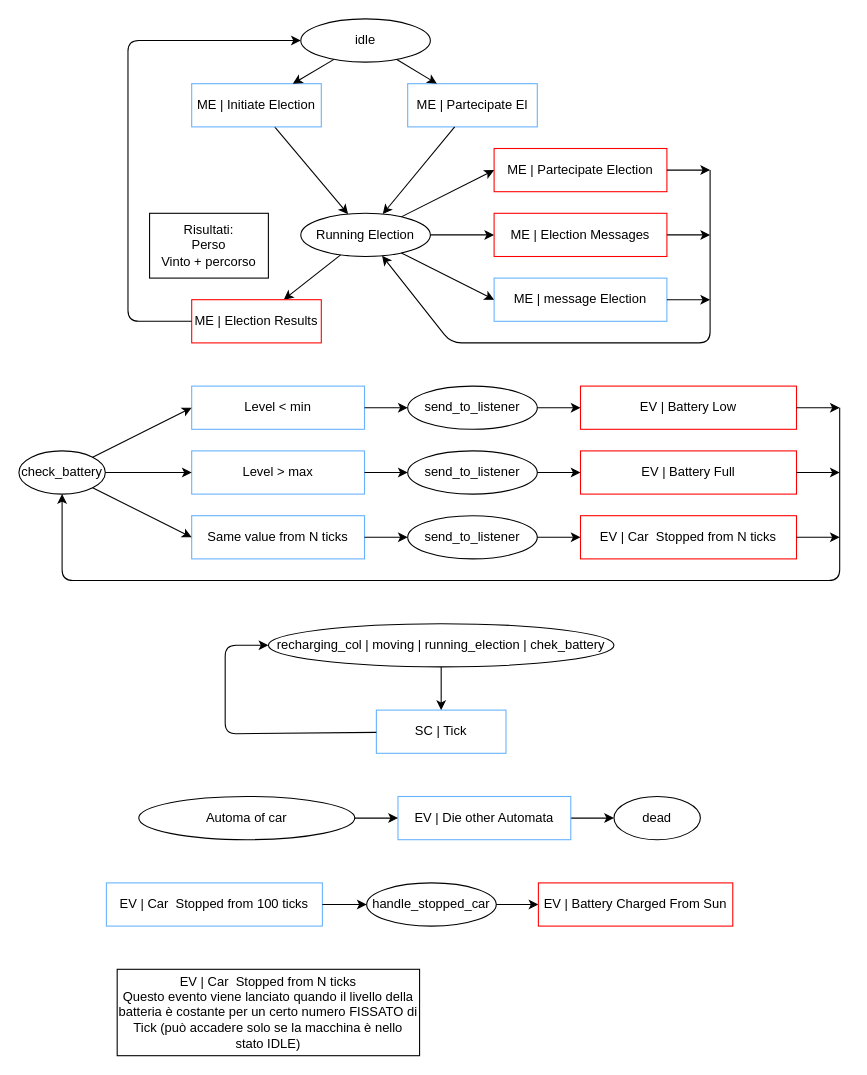
Earlier version of the draw.io diagram relazione/automa_macchina_elezione_batteria_varie.drawio (kraots94/Sistemi). Source tidied: cells renumbered, new cells numbered last; positions are measured from the earlier drawing's top-left corner, leaving out a move shared by most shapes. Both pictures are drawn from the tidied source at 108%, with x=0, y=0 at pixel (18, 18).
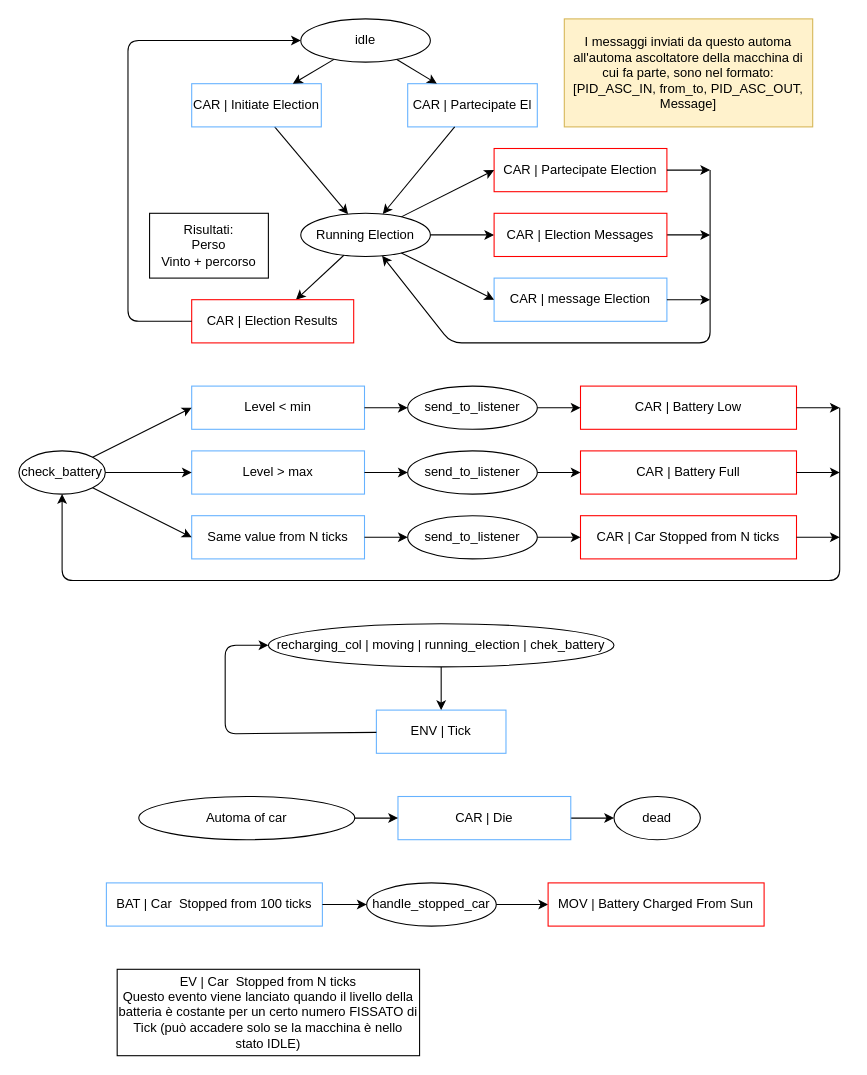
The same page after the edit.

What changed in the source:
```diff
@@
-    <mxCell id="2" value="EV | Battery Low" style="rounded=0;whiteSpace=wrap;html=1;strokeColor=#FF0000;fillColor=none;" parent="1" vertex="1">
+    <mxCell id="2" value="CAR | Battery Low" style="rounded=0;whiteSpace=wrap;html=1;strokeColor=#FF0000;fillColor=none;" parent="1" vertex="1">
       <mxGeometry x="520" y="340" width="200" height="40" as="geometry" />
     </mxCell>
-    <mxCell id="3" value="EV | Battery Full" style="rounded=0;whiteSpace=wrap;html=1;strokeColor=#FF0000;fillColor=none;" parent="1" vertex="1">
+    <mxCell id="3" value="CAR | Battery Full" style="rounded=0;whiteSpace=wrap;html=1;strokeColor=#FF0000;fillColor=none;" parent="1" vertex="1">
       <mxGeometry x="520" y="400" width="200" height="40" as="geometry" />
     </mxCell>
@@
-    <mxCell id="5" value="EV | Car&amp;nbsp; Stopped from N ticks" style="rounded=0;whiteSpace=wrap;html=1;strokeColor=#FF0000;fillColor=none;" parent="1" vertex="1">
+    <mxCell id="5" value="CAR | Car Stopped from N ticks" style="rounded=0;whiteSpace=wrap;html=1;strokeColor=#FF0000;fillColor=none;" parent="1" vertex="1">
       <mxGeometry x="520" y="460" width="200" height="40" as="geometry" />
     </mxCell>
@@
-    <mxCell id="27" value="ME | Initiate Election" style="rounded=0;whiteSpace=wrap;html=1;strokeColor=#66B2FF;fillColor=none;" parent="1" vertex="1">
+    <mxCell id="27" value="CAR | Initiate Election" style="rounded=0;whiteSpace=wrap;html=1;strokeColor=#66B2FF;fillColor=none;" parent="1" vertex="1">
       <mxGeometry x="160" y="60" width="120" height="40" as="geometry" />
     </mxCell>
@@
-    <mxCell id="29" value="ME | Election Results" style="rounded=0;whiteSpace=wrap;html=1;strokeColor=#FF0000;" parent="1" vertex="1">
-      <mxGeometry x="160" y="260" width="120" height="40" as="geometry" />
+    <mxCell id="29" value="CAR | Election Results" style="rounded=0;whiteSpace=wrap;html=1;strokeColor=#FF0000;" parent="1" vertex="1">
+      <mxGeometry x="160" y="260" width="150" height="40" as="geometry" />
     </mxCell>
@@
-    <mxCell id="33" value="ME | Partecipate El" style="rounded=0;whiteSpace=wrap;html=1;strokeColor=#66B2FF;fillColor=none;" parent="1" vertex="1">
+    <mxCell id="33" value="CAR | Partecipate El" style="rounded=0;whiteSpace=wrap;html=1;strokeColor=#66B2FF;fillColor=none;" parent="1" vertex="1">
       <mxGeometry x="360" y="60" width="120" height="40" as="geometry" />
     </mxCell>
-    <mxCell id="34" value="ME | Partecipate Election" style="rounded=0;whiteSpace=wrap;html=1;strokeColor=#FF0000;fillColor=none;" parent="1" vertex="1">
+    <mxCell id="34" value="CAR | Partecipate Election" style="rounded=0;whiteSpace=wrap;html=1;strokeColor=#FF0000;fillColor=none;" parent="1" vertex="1">
       <mxGeometry x="440" y="120" width="160" height="40" as="geometry" />
     </mxCell>
@@
-    <mxCell id="37" value="ME | message Election" style="rounded=0;whiteSpace=wrap;html=1;strokeColor=#66B2FF;fillColor=none;" parent="1" vertex="1">
+    <mxCell id="37" value="CAR | message Election" style="rounded=0;whiteSpace=wrap;html=1;strokeColor=#66B2FF;fillColor=none;" parent="1" vertex="1">
       <mxGeometry x="440" y="240" width="160" height="40" as="geometry" />
     </mxCell>
@@
-    <mxCell id="45" value="ME | Election Messages" style="rounded=0;whiteSpace=wrap;html=1;strokeColor=#FF0000;fillColor=none;" parent="1" vertex="1">
+    <mxCell id="45" value="CAR | Election Messages" style="rounded=0;whiteSpace=wrap;html=1;strokeColor=#FF0000;fillColor=none;" parent="1" vertex="1">
       <mxGeometry x="440" y="180" width="160" height="40" as="geometry" />
     </mxCell>
-    <mxCell id="46" value="SC | Tick" style="rounded=0;whiteSpace=wrap;html=1;strokeColor=#66B2FF;fillColor=none;" parent="1" vertex="1">
+    <mxCell id="46" value="ENV | Tick" style="rounded=0;whiteSpace=wrap;html=1;strokeColor=#66B2FF;fillColor=none;" parent="1" vertex="1">
       <mxGeometry x="331" y="640" width="120" height="40" as="geometry" />
     </mxCell>
@@
-    <mxCell id="52" value="EV | Die other Automata" style="rounded=0;whiteSpace=wrap;html=1;fillColor=none;strokeColor=#66B2FF;" parent="1" vertex="1">
+    <mxCell id="52" value="CAR | Die" style="rounded=0;whiteSpace=wrap;html=1;fillColor=none;strokeColor=#66B2FF;" parent="1" vertex="1">
       <mxGeometry x="351" y="720" width="160" height="40" as="geometry" />
     </mxCell>
@@
-    <mxCell id="57" value="EV | Battery Charged From Sun" style="rounded=0;whiteSpace=wrap;html=1;strokeColor=#FF0000;fillColor=none;" parent="1" vertex="1">
-      <mxGeometry x="481" y="800" width="180" height="40" as="geometry" />
+    <mxCell id="57" value="MOV | Battery Charged From Sun" style="rounded=0;whiteSpace=wrap;html=1;strokeColor=#FF0000;fillColor=none;" parent="1" vertex="1">
+      <mxGeometry x="490" y="800" width="200" height="40" as="geometry" />
     </mxCell>
-    <mxCell id="58" value="EV | Car&amp;nbsp; Stopped from 100 ticks" style="rounded=0;whiteSpace=wrap;html=1;strokeColor=#66B2FF;fillColor=none;" parent="1" vertex="1">
+    <mxCell id="58" value="BAT | Car&amp;nbsp; Stopped from 100 ticks" style="rounded=0;whiteSpace=wrap;html=1;strokeColor=#66B2FF;fillColor=none;" parent="1" vertex="1">
       <mxGeometry x="81" y="800" width="200" height="40" as="geometry" />
     </mxCell>
@@
+    <mxCell id="62" value="I messaggi inviati da questo automa all'automa ascoltatore della macchina di cui fa parte, sono nel formato:&lt;br&gt;[PID_ASC_IN, from_to, PID_ASC_OUT, Message]" style="rounded=0;whiteSpace=wrap;html=1;fillColor=#fff2cc;strokeColor=#d6b656;" parent="1" vertex="1">
+      <mxGeometry x="505" width="230" height="100" as="geometry" />
+    </mxCell>
```
